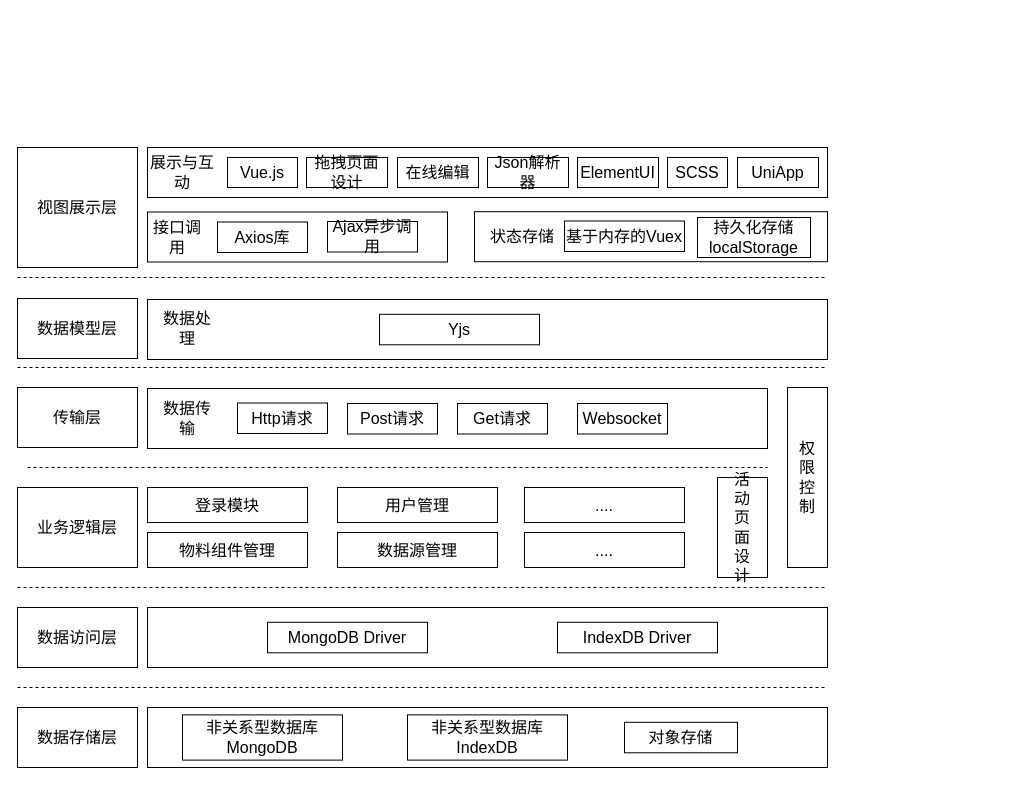
yuxinyu12345/diagrams keeps this draw.io diagram as 第四章/系统架构设计.drawio. Above is the earlier version. Source tidied: cells renumbered, new cells numbered last; positions are measured from the earlier drawing's top-left corner, leaving out a move shared by most shapes. Both pictures are drawn from the tidied source at 100%, with x=0, y=0 at pixel (17, 147).
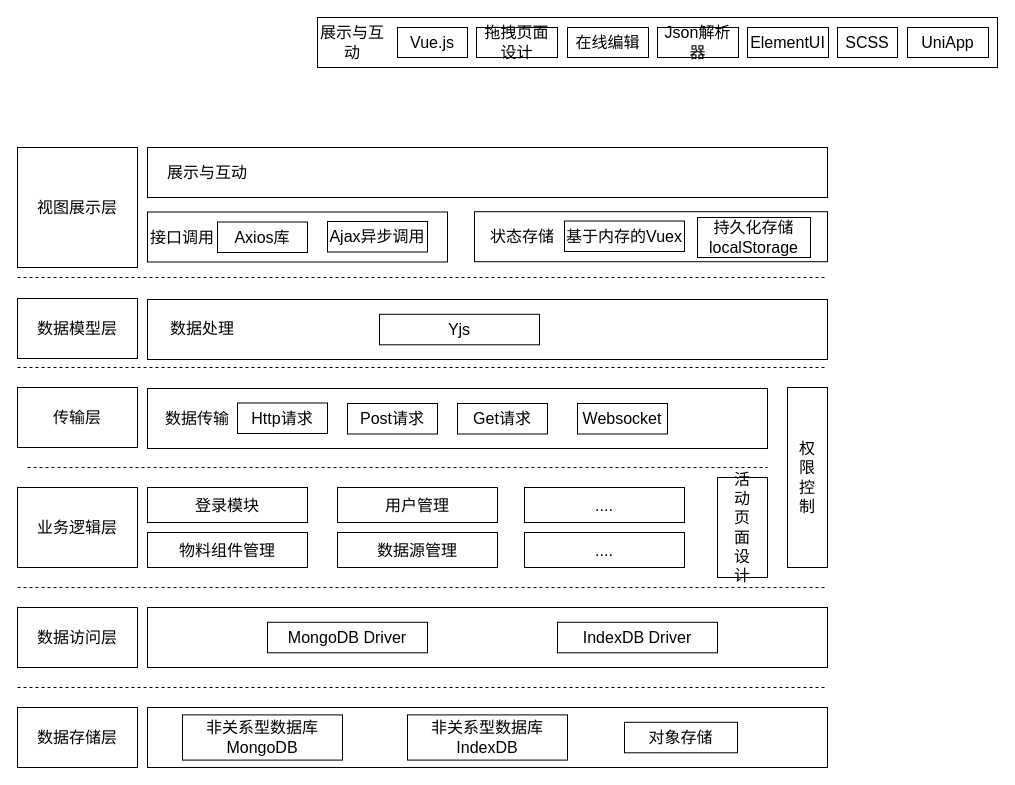
The same diagram, later.

Commit message (it also covers changes not shown here):
更新系统架构设计.drawio

What changed in the source:
```diff
@@
     <mxCell id="9" style="group;fontSize=16;" parent="1" vertex="1">
-      <mxGeometry x="130" width="680" height="50" as="geometry" />
+      <mxGeometry x="300" y="-130" width="680" height="50" as="geometry" />
     </mxCell>
@@
     <mxCell id="20" value="接口调用" style="text;html=1;strokeColor=none;fillColor=none;align=center;verticalAlign=middle;whiteSpace=wrap;rounded=0;fontSize=16;" parent="1" vertex="1">
-      <mxGeometry x="130" y="74.5" width="60" height="30" as="geometry" />
+      <mxGeometry x="130" y="74.5" width="70" height="30" as="geometry" />
     </mxCell>
@@
     <mxCell id="22" value="Ajax异步调用" style="rounded=0;whiteSpace=wrap;html=1;fontSize=16;" parent="1" vertex="1">
-      <mxGeometry x="310" y="74" width="90" height="30.5" as="geometry" />
+      <mxGeometry x="310" y="74" width="100" height="30.5" as="geometry" />
     </mxCell>
@@
     <mxCell id="28" value="数据处理" style="text;html=1;strokeColor=none;fillColor=none;align=center;verticalAlign=middle;whiteSpace=wrap;rounded=0;fontSize=16;" parent="1" vertex="1">
-      <mxGeometry x="140" y="166" width="60" height="30" as="geometry" />
+      <mxGeometry x="140" y="166" width="90" height="30" as="geometry" />
     </mxCell>
@@
     <mxCell id="31" value="数据传输" style="text;html=1;strokeColor=none;fillColor=none;align=center;verticalAlign=middle;whiteSpace=wrap;rounded=0;fontSize=16;" parent="1" vertex="1">
-      <mxGeometry x="140" y="256" width="60" height="30" as="geometry" />
+      <mxGeometry x="140" y="256" width="80" height="30" as="geometry" />
     </mxCell>
@@
+    <mxCell id="58" style="rounded=0;whiteSpace=wrap;html=1;" parent="1" vertex="1">
+      <mxGeometry x="130" width="680" height="50" as="geometry" />
+    </mxCell>
+    <mxCell id="59" value="&lt;font style=&quot;font-size: 16px;&quot;&gt;展示与互动&lt;/font&gt;" style="text;html=1;align=center;verticalAlign=middle;whiteSpace=wrap;rounded=0;" parent="1" vertex="1">
+      <mxGeometry x="140" y="10" width="100" height="30" as="geometry" />
+    </mxCell>
```
